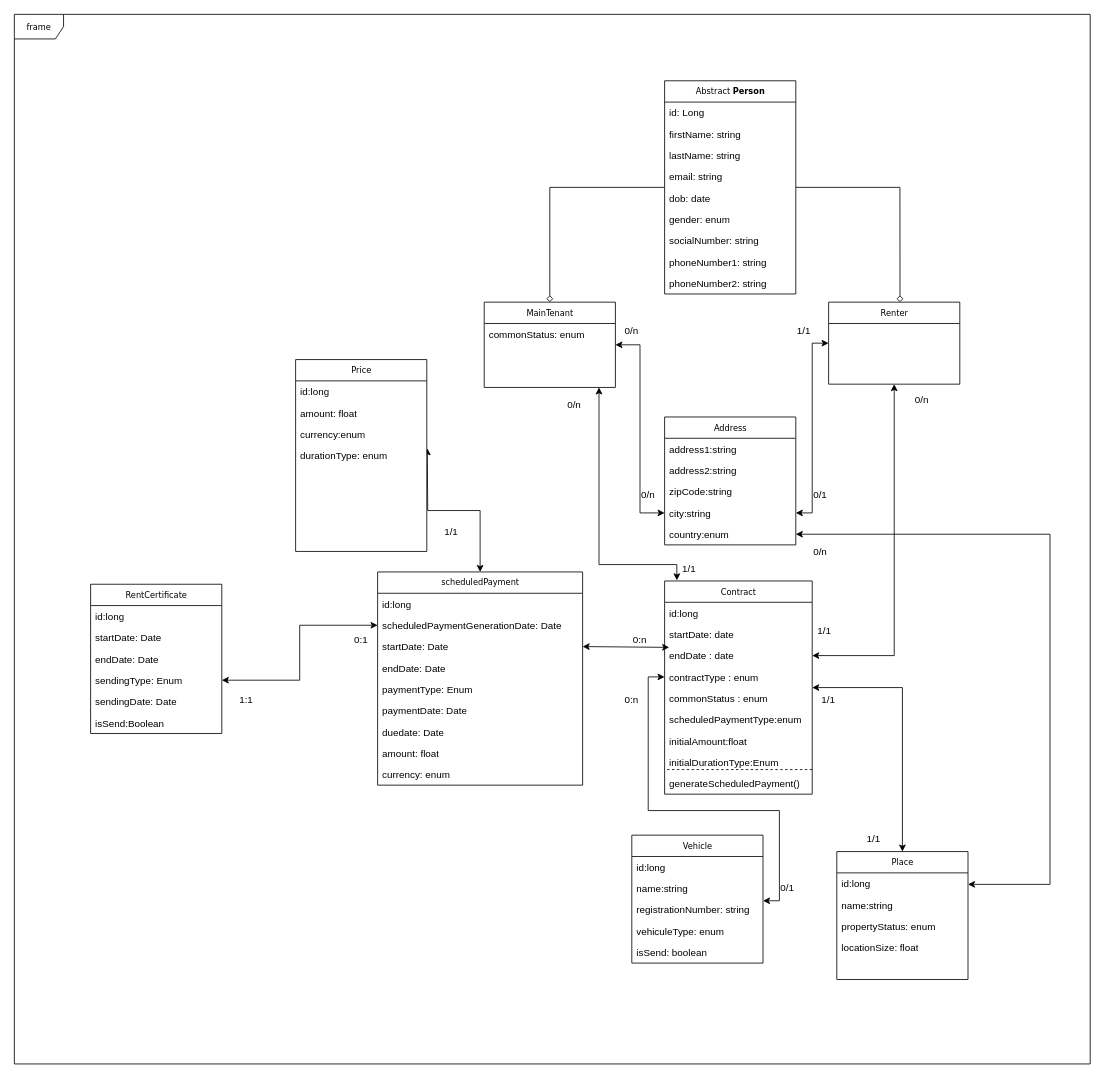
chrystlll/rentalProject_back keeps this draw.io diagram as conception/class diagram.drawio. Above is the earlier version. Source tidied: cells renumbered, new cells numbered last; positions are measured from the earlier drawing's top-left corner, leaving out a move shared by most shapes. Both pictures are drawn from the tidied source at 82%, with x=0, y=0 at pixel (14, 14).
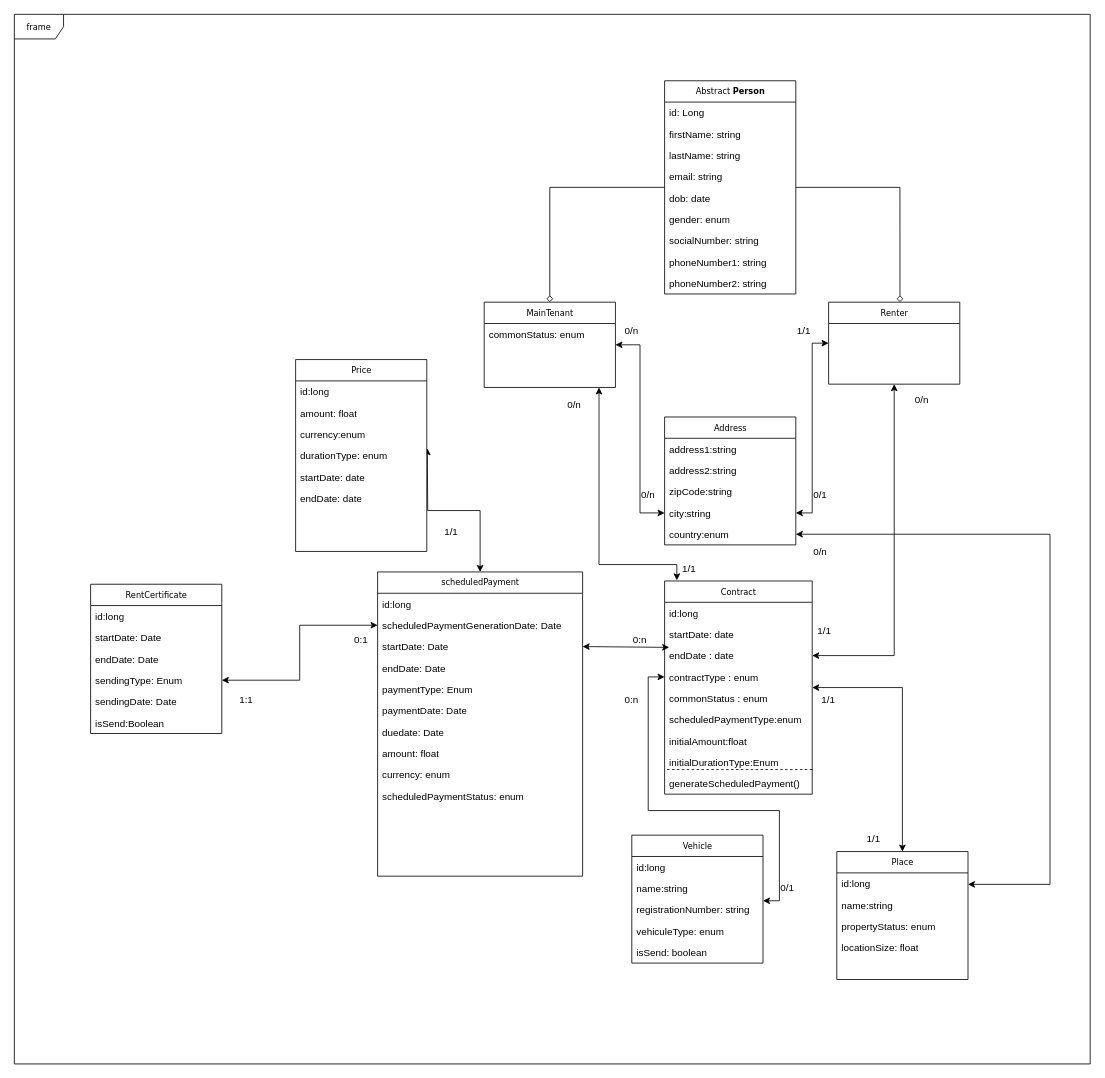
The same diagram, later.

Unchanged cells that the change refers to:
```xml
<mxCell id="91" value="Price" style="swimlane;html=1;fontStyle=0;horizontal=1;startSize=26;fillColor=none;swimlaneFillColor=#ffffff;rounded=0;shadow=0;comic=0;labelBackgroundColor=none;strokeWidth=1;fontFamily=Verdana;fontSize=10;align=center;" parent="1" vertex="1">
  <mxGeometry x="343" y="421" width="160" height="234" as="geometry" />
</mxCell>
```

Diff of the diagram source:
```diff
@@
     <mxCell id="69" value="scheduledPayment" style="swimlane;html=1;fontStyle=0;horizontal=1;startSize=26;fillColor=none;swimlaneFillColor=#ffffff;rounded=0;shadow=0;comic=0;labelBackgroundColor=none;strokeWidth=1;fontFamily=Verdana;fontSize=10;align=center;" parent="1" vertex="1">
-      <mxGeometry x="443" y="680" width="250" height="260" as="geometry" />
+      <mxGeometry x="443" y="680" width="250" height="371" as="geometry" />
     </mxCell>
@@
+    <mxCell id="96" value="scheduledPaymentStatus: enum" style="text;html=1;strokeColor=none;fillColor=none;align=left;verticalAlign=top;spacingLeft=4;spacingRight=4;whiteSpace=wrap;overflow=hidden;" parent="69" vertex="1">
+      <mxGeometry y="260" width="250" height="26" as="geometry" />
+    </mxCell>
@@
+    <mxCell id="97" value="startDate: date" style="text;html=1;strokeColor=none;fillColor=none;align=left;verticalAlign=top;spacingLeft=4;spacingRight=4;whiteSpace=wrap;overflow=hidden;" parent="91" vertex="1">
+      <mxGeometry y="130" width="160" height="26" as="geometry" />
+    </mxCell>
+    <mxCell id="98" value="endDate: date" style="text;html=1;strokeColor=none;fillColor=none;align=left;verticalAlign=top;spacingLeft=4;spacingRight=4;whiteSpace=wrap;overflow=hidden;" parent="91" vertex="1">
+      <mxGeometry y="156" width="160" height="26" as="geometry" />
+    </mxCell>
```
